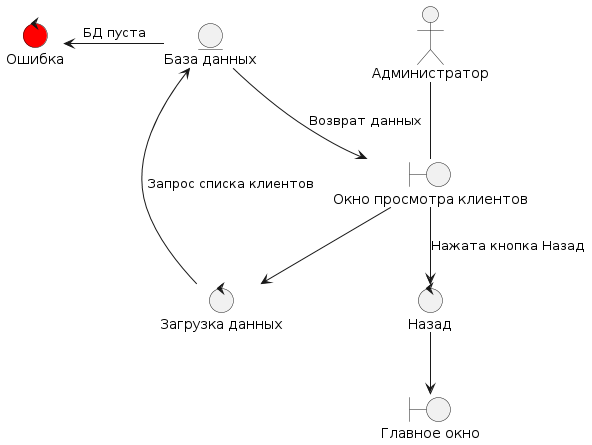
Earlier version of the PlantUML export Diagrams/images/Prigodnost/Admin_View.png (Student7751/CourseWork).
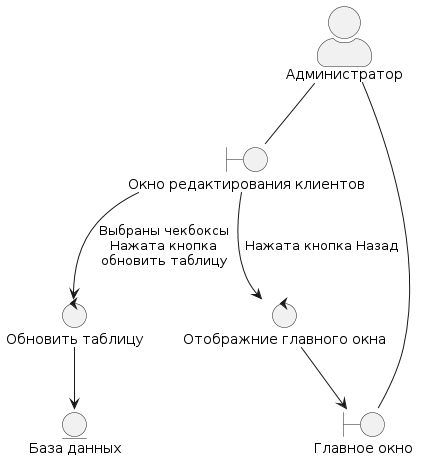
After the commit.

What changed in the source:
```diff
@@ -1,22 +1,23 @@
 @startuml
-boundary "Окно просмотра клиентов" as client_view_window
+skinparam actorStyle awesome
+
+boundary "Окно редактирования клиентов" as client_edit_window
 boundary "Главное окно" as main_window
 
 actor "Администратор" as user
 
 
-control "Назад" as back_control
-control "Загрузка данных" as load_control
-control "Ошибка" as error #red
+control "Отображние главного окна" as back_control
+control "Обновить таблицу" as update_control
 
-user -- client_view_window
+user -- client_edit_window
 
 entity "База данных" as DB
 
-client_view_window --> back_control: Нажата кнопка Назад
+client_edit_window--> back_control: Нажата кнопка Назад
 back_control --> main_window
-client_view_window --> load_control
-DB  <-- load_control: Запрос списка клиентов
-DB --> client_view_window: Возврат данных
-DB -left-> error: БД пуста
+client_edit_window--> update_control : Выбраны чекбоксы\nНажата кнопка\nобновить таблицу
+update_control --> DB
+
+main_window -up- user
 @enduml
```
